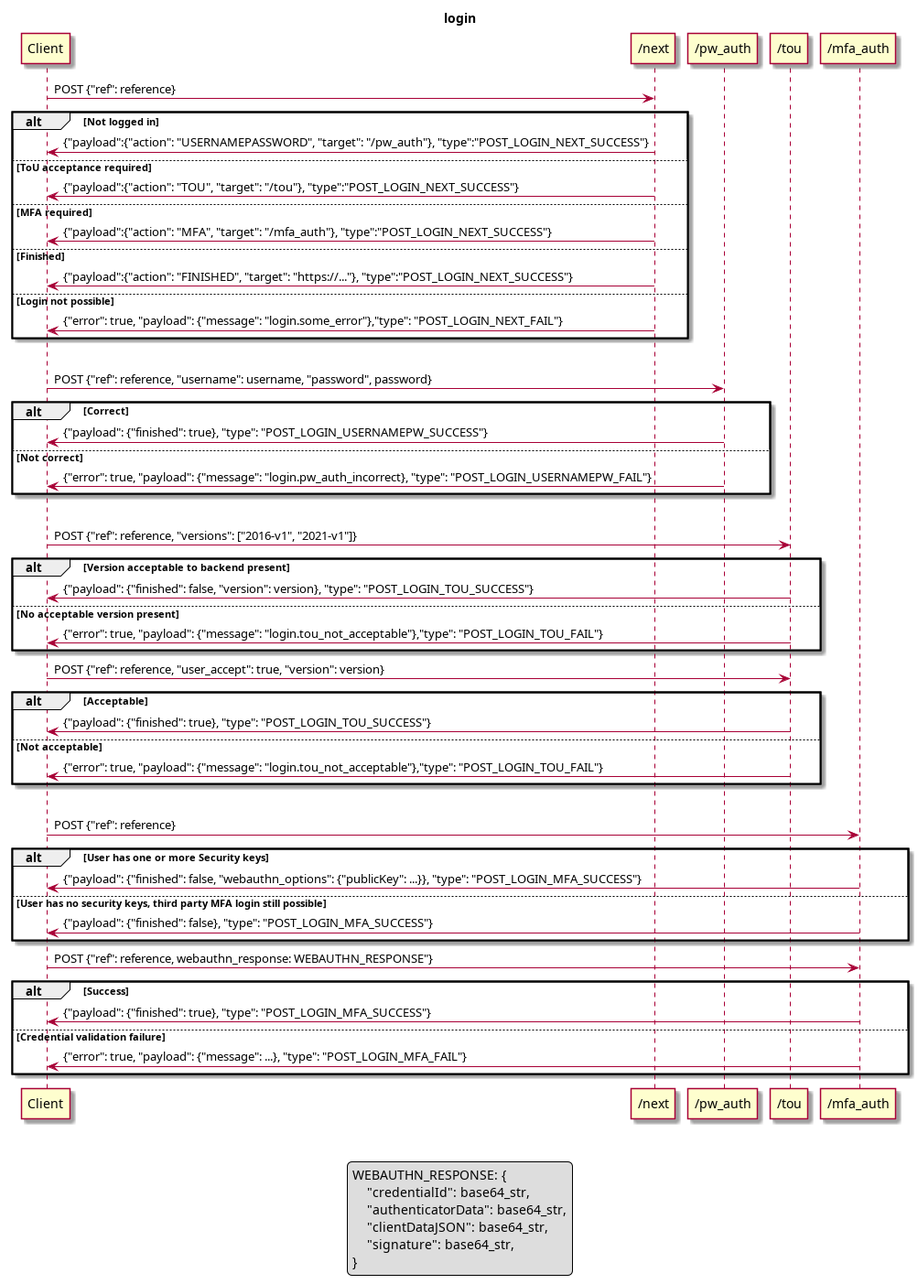
Earlier version of the PlantUML export doc/login.png (SUNET/eduid-backend). The source it was exported from:
```plantuml
@startuml
title login

legend
    WEBAUTHN_RESPONSE: {
        "credentialId": base64_str,
        "authenticatorData": base64_str,
        "clientDataJSON": base64_str,
        "signature": base64_str,
    }
end legend

Client->"/next": POST {"ref": reference}
alt Not logged in
    "/next"->Client: {"payload":{"action": "USERNAMEPASSWORD", "target": "/pw_auth"}, "type":"POST_LOGIN_NEXT_SUCCESS"}
else ToU acceptance required
    "/next"->Client: {"payload":{"action": "TOU", "target": "/tou"}, "type":"POST_LOGIN_NEXT_SUCCESS"}
else MFA required
    "/next"->Client: {"payload":{"action": "MFA", "target": "/mfa_auth"}, "type":"POST_LOGIN_NEXT_SUCCESS"}
else Finished
    "/next"->Client: {"payload":{"action": "FINISHED", "target": "https://..."}, "type":"POST_LOGIN_NEXT_SUCCESS"}
else Login not possible
    "/next"->Client: {"error": true, "payload": {"message": "login.some_error"},"type": "POST_LOGIN_NEXT_FAIL"}
end
|||

Client->"/pw_auth": POST {"ref": reference, "username": username, "password", password}
alt Correct
    "/pw_auth"->Client: {"payload": {"finished": true}, "type": "POST_LOGIN_USERNAMEPW_SUCCESS"}
else Not correct
    "/pw_auth"->Client: {"error": true, "payload": {"message": "login.pw_auth_incorrect}, "type": "POST_LOGIN_USERNAMEPW_FAIL"}
end
|||

Client->"/tou": POST {"ref": reference, "versions": ["2016-v1", "2021-v1"]}
alt Version acceptable to backend present
    "/tou"->Client: {"payload": {"finished": false, "version": version}, "type": "POST_LOGIN_TOU_SUCCESS"}
else No acceptable version present
    "/tou"->Client: {"error": true, "payload": {"message": "login.tou_not_acceptable"},"type": "POST_LOGIN_TOU_FAIL"}
end


Client->"/tou": POST {"ref": reference, "user_accept": true, "version": version}
alt Acceptable
    "/tou"->Client: {"payload": {"finished": true}, "type": "POST_LOGIN_TOU_SUCCESS"}
else Not acceptable
    "/tou"->Client: {"error": true, "payload": {"message": "login.tou_not_acceptable"},"type": "POST_LOGIN_TOU_FAIL"}
end
|||

Client->"/mfa_auth": POST {"ref": reference}
alt User has one or more Security keys
    "/mfa_auth"->Client: {"payload": {"finished": false, "webauthn_options": {"publicKey": ...}}, "type": "POST_LOGIN_MFA_SUCCESS"}
else User has no security keys, third party MFA login still possible
    "/mfa_auth"->Client: {"payload": {"finished": false}, "type": "POST_LOGIN_MFA_SUCCESS"}
end

Client->"/mfa_auth": POST {"ref": reference, webauthn_response: WEBAUTHN_RESPONSE"}
alt Success
    "/mfa_auth"->Client: {"payload": {"finished": true}, "type": "POST_LOGIN_MFA_SUCCESS"}
else Credential validation failure
    "/mfa_auth"->Client: {"error": true, "payload": {"message": ...}, "type": "POST_LOGIN_MFA_FAIL"}
end


@enduml
```
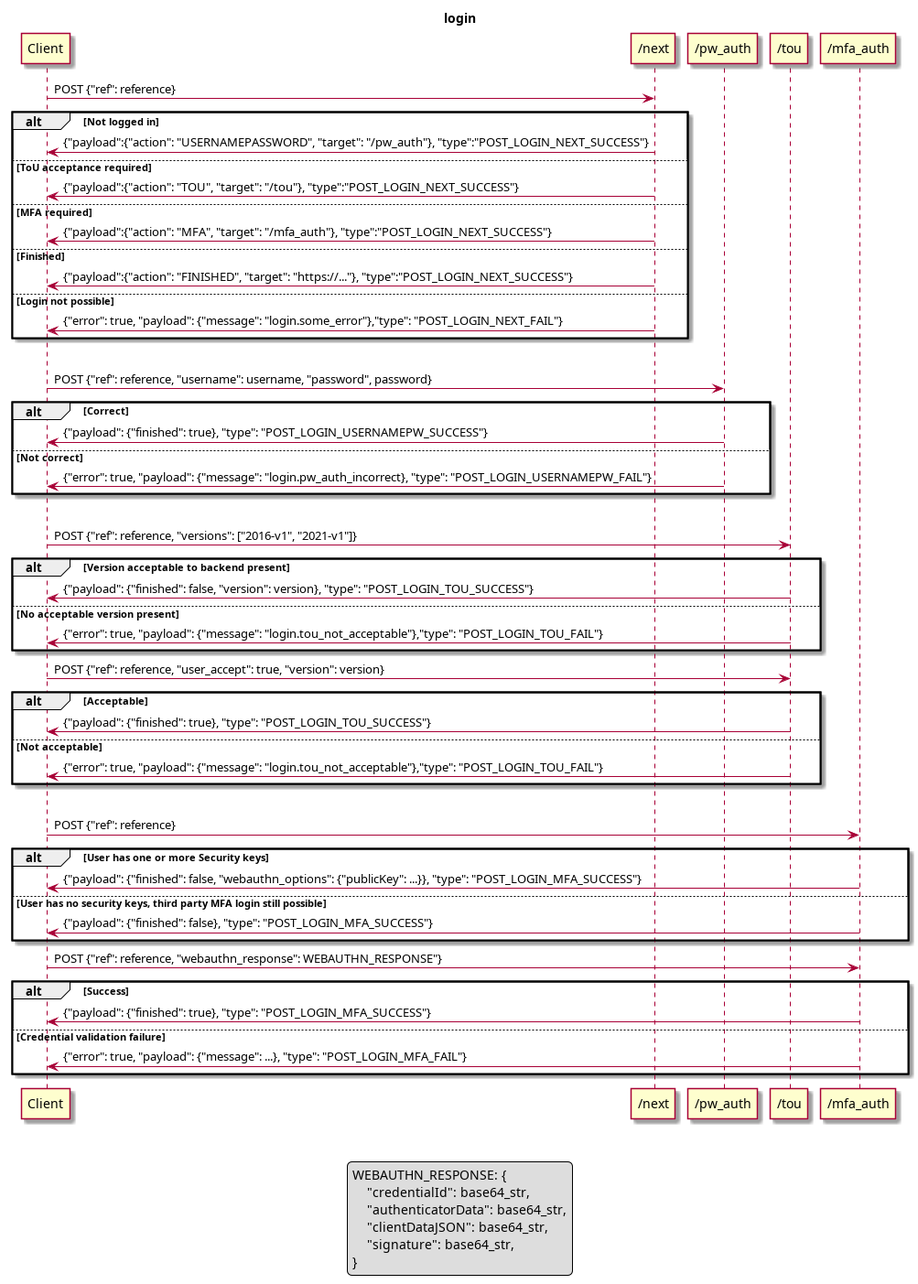
Later version of the same file.

The edit, as a diff of the source:
```diff
@@ -55,7 +55,7 @@
     "/mfa_auth"->Client: {"payload": {"finished": false}, "type": "POST_LOGIN_MFA_SUCCESS"}
 end
 
-Client->"/mfa_auth": POST {"ref": reference, webauthn_response: WEBAUTHN_RESPONSE"}
+Client->"/mfa_auth": POST {"ref": reference, "webauthn_response": WEBAUTHN_RESPONSE"}
 alt Success
     "/mfa_auth"->Client: {"payload": {"finished": true}, "type": "POST_LOGIN_MFA_SUCCESS"}
 else Credential validation failure
```
